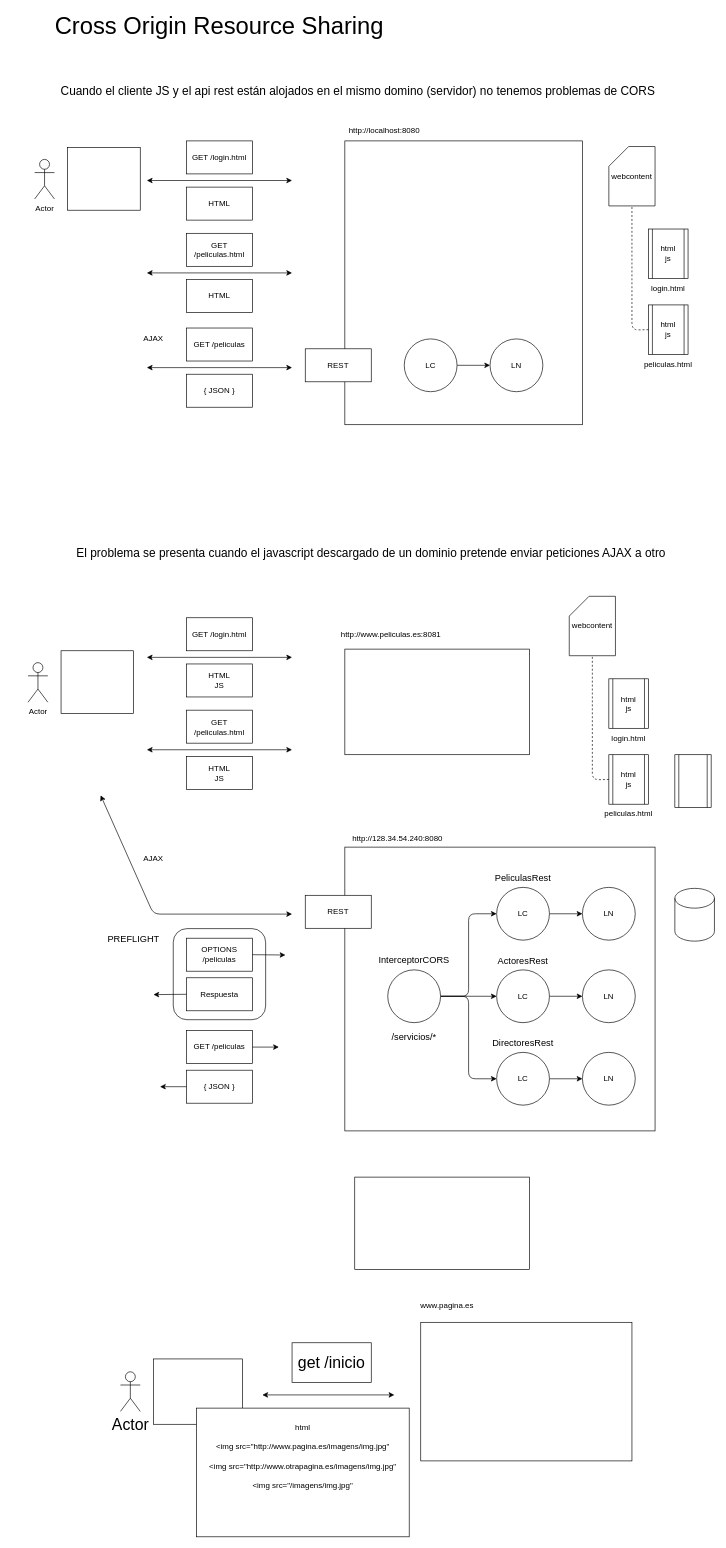
lrag/seguridad_java keeps this draw.io diagram as page "Página-4" (4 of 18) of dibujos.drawio. Above is the earlier version. Source tidied: cells renumbered, new cells numbered last; positions are measured from the earlier drawing's top-left corner, leaving out a move shared by most shapes. Both pictures are drawn from the tidied source at 66%, with x=0, y=0 at pixel (11, 15).
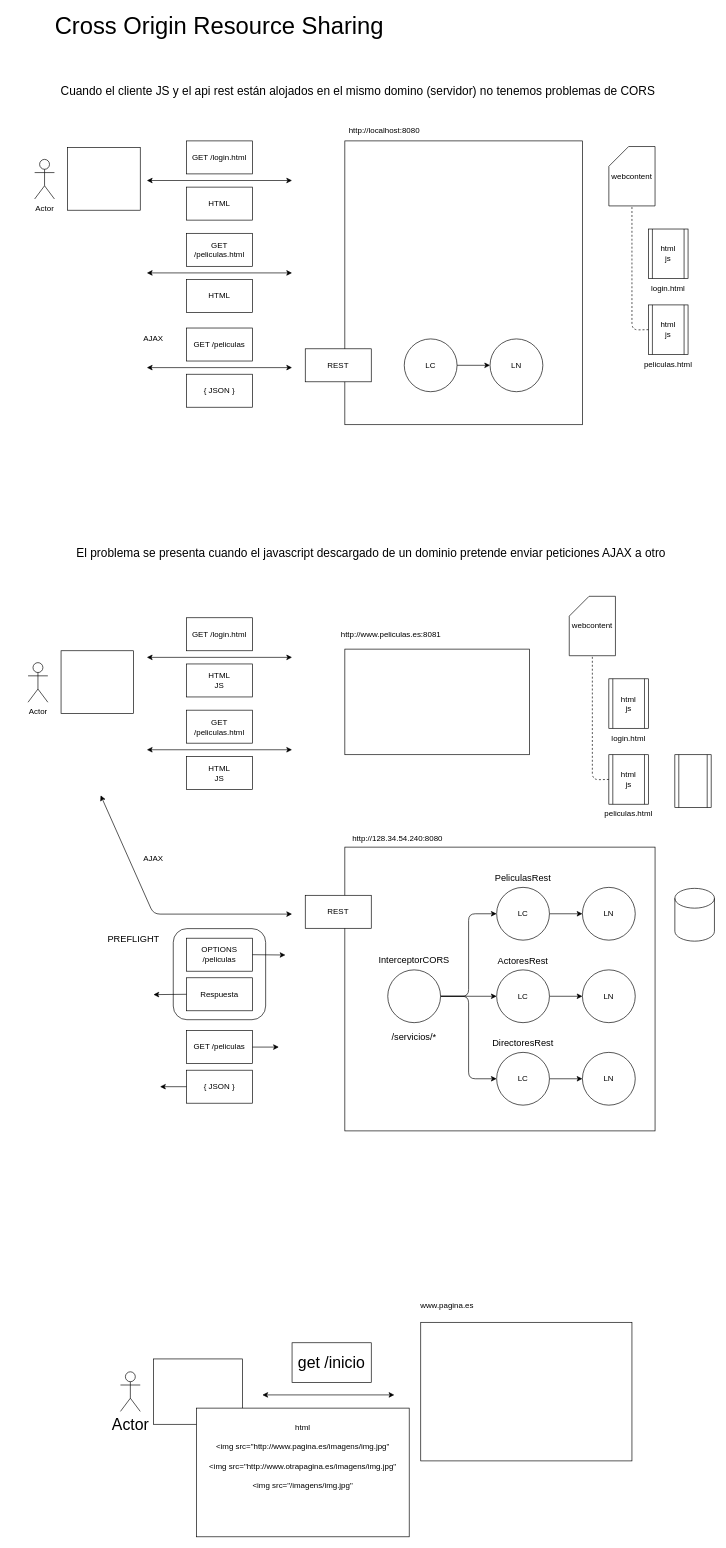
Above is the later version.

What changed in the source:
```diff
@@
-    <mxCell id="87" style="rounded=0;whiteSpace=wrap;html=1;" parent="1" vertex="1">
-      <mxGeometry x="520" y="1760" width="265" height="140" as="geometry" />
-    </mxCell>
```
